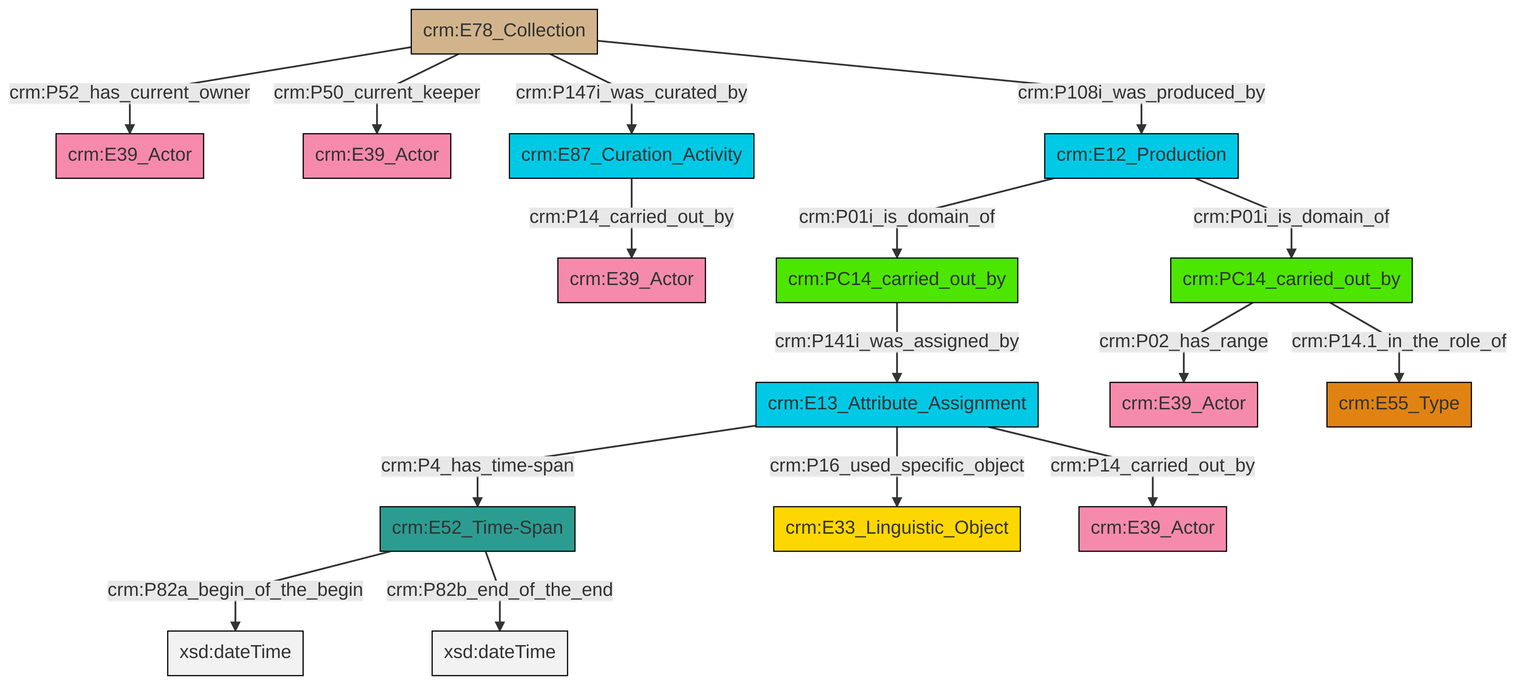
The Mermaid diagram et/archivalCSV/ttl/mmd/png/archival_relation.png in swiss-art-research-net/docs.swissartresearch, before a commit. Its source is kept beside it as et/archivalCSV/ttl/mmd/archival_relation.ttl.mmd.
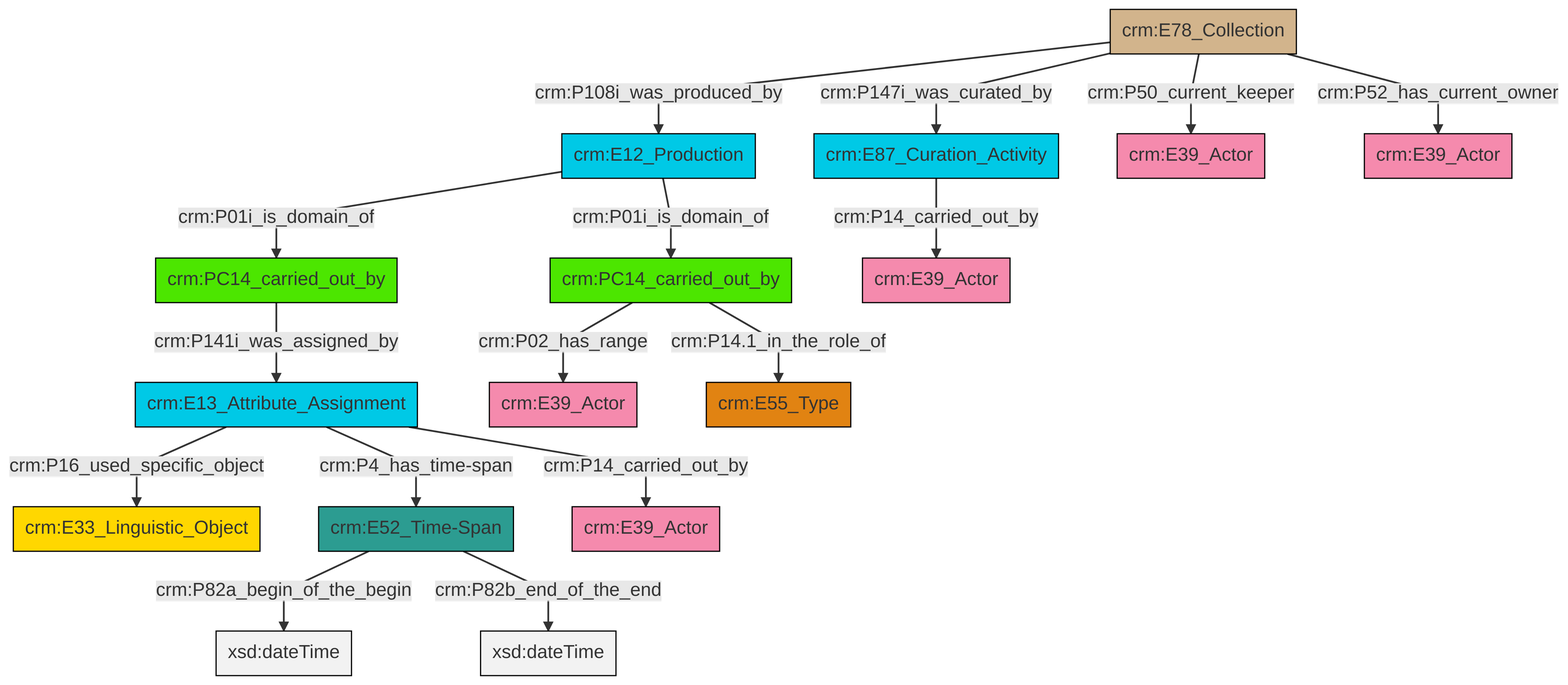
Later version of the same file.

What changed in the source:
```diff
@@ -13,18 +13,18 @@
 classDef PC_Classes fill:#4ce600, stroke:#000000;
 classDef Multi fill:#cccccc,stroke:#000000;
 
-0["crm:PC14_carried_out_by"]:::PC_Classes -->|crm:P141i_was_assigned_by| 1["crm:E13_Attribute_Assignment"]:::Temporal_Entity
-1["crm:E13_Attribute_Assignment"]:::Temporal_Entity -->|crm:P4_has_time-span| 2["crm:E52_Time-Span"]:::Time-Span
-7["crm:E78_Collection"]:::Physical_Thing -->|crm:P52_has_current_owner| 8["crm:E39_Actor"]:::Actor
-7["crm:E78_Collection"]:::Physical_Thing -->|crm:P50_current_keeper| 9["crm:E39_Actor"]:::Actor
-3["crm:E12_Production"]:::Temporal_Entity -->|crm:P01i_is_domain_of| 0["crm:PC14_carried_out_by"]:::PC_Classes
-1["crm:E13_Attribute_Assignment"]:::Temporal_Entity -->|crm:P16_used_specific_object| 5["crm:E33_Linguistic_Object"]:::Conceptual_Object
-2["crm:E52_Time-Span"]:::Time-Span -->|crm:P82a_begin_of_the_begin| 14[xsd:dateTime]:::Literal
-15["crm:E87_Curation_Activity"]:::Temporal_Entity -->|crm:P14_carried_out_by| 16["crm:E39_Actor"]:::Actor
-7["crm:E78_Collection"]:::Physical_Thing -->|crm:P147i_was_curated_by| 15["crm:E87_Curation_Activity"]:::Temporal_Entity
-7["crm:E78_Collection"]:::Physical_Thing -->|crm:P108i_was_produced_by| 3["crm:E12_Production"]:::Temporal_Entity
-2["crm:E52_Time-Span"]:::Time-Span -->|crm:P82b_end_of_the_end| 22[xsd:dateTime]:::Literal
-3["crm:E12_Production"]:::Temporal_Entity -->|crm:P01i_is_domain_of| 19["crm:PC14_carried_out_by"]:::PC_Classes
-19["crm:PC14_carried_out_by"]:::PC_Classes -->|crm:P02_has_range| 11["crm:E39_Actor"]:::Actor
-19["crm:PC14_carried_out_by"]:::PC_Classes -->|crm:P14.1_in_the_role_of| 28["crm:E55_Type"]:::Type
-1["crm:E13_Attribute_Assignment"]:::Temporal_Entity -->|crm:P14_carried_out_by| 17["crm:E39_Actor"]:::Actor
+4["crm:PC14_carried_out_by"]:::PC_Classes -->|crm:P141i_was_assigned_by| 2["crm:E13_Attribute_Assignment"]:::Temporal_Entity
+5["crm:PC14_carried_out_by"]:::PC_Classes -->|crm:P02_has_range| 6["crm:E39_Actor"]:::Actor
+7["crm:E52_Time-Span"]:::Time-Span -->|crm:P82a_begin_of_the_begin| 8[xsd:dateTime]:::Literal
+9["crm:E12_Production"]:::Temporal_Entity -->|crm:P01i_is_domain_of| 5["crm:PC14_carried_out_by"]:::PC_Classes
+12["crm:E78_Collection"]:::Physical_Thing -->|crm:P147i_was_curated_by| 10["crm:E87_Curation_Activity"]:::Temporal_Entity
+2["crm:E13_Attribute_Assignment"]:::Temporal_Entity -->|crm:P14_carried_out_by| 14["crm:E39_Actor"]:::Actor
+12["crm:E78_Collection"]:::Physical_Thing -->|crm:P50_current_keeper| 18["crm:E39_Actor"]:::Actor
+10["crm:E87_Curation_Activity"]:::Temporal_Entity -->|crm:P14_carried_out_by| 21["crm:E39_Actor"]:::Actor
+5["crm:PC14_carried_out_by"]:::PC_Classes -->|crm:P14.1_in_the_role_of| 16["crm:E55_Type"]:::Type
+7["crm:E52_Time-Span"]:::Time-Span -->|crm:P82b_end_of_the_end| 24[xsd:dateTime]:::Literal
+9["crm:E12_Production"]:::Temporal_Entity -->|crm:P01i_is_domain_of| 4["crm:PC14_carried_out_by"]:::PC_Classes
+2["crm:E13_Attribute_Assignment"]:::Temporal_Entity -->|crm:P16_used_specific_object| 0["crm:E33_Linguistic_Object"]:::Conceptual_Object
+12["crm:E78_Collection"]:::Physical_Thing -->|crm:P52_has_current_owner| 25["crm:E39_Actor"]:::Actor
+2["crm:E13_Attribute_Assignment"]:::Temporal_Entity -->|crm:P4_has_time-span| 7["crm:E52_Time-Span"]:::Time-Span
+12["crm:E78_Collection"]:::Physical_Thing -->|crm:P108i_was_produced_by| 9["crm:E12_Production"]:::Temporal_Entity
```
